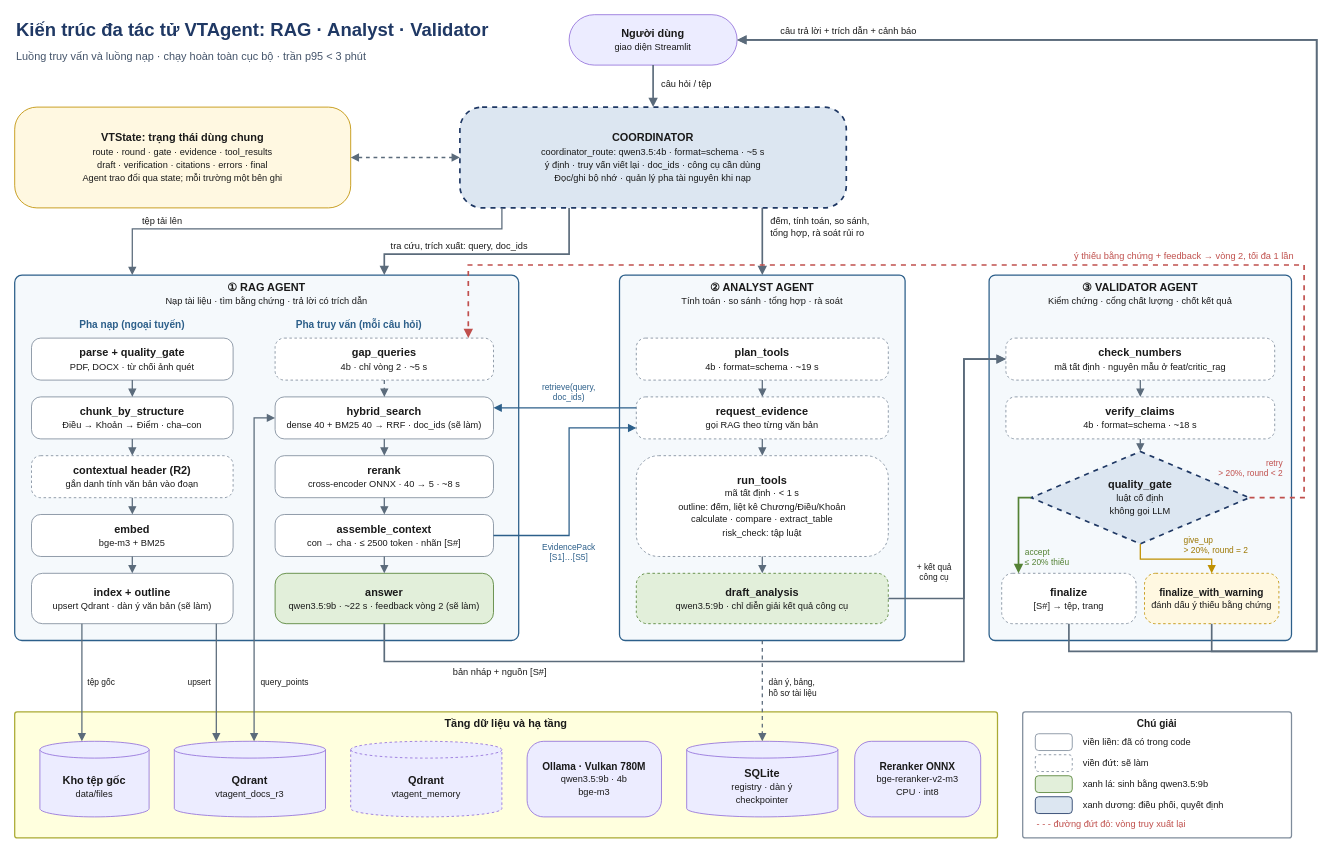
Before: doc/design/multi-agent-v2.drawio in longvu2806/VTAgent, a draw.io diagram. Source tidied: cells renumbered, new cells numbered last; positions are measured from the earlier drawing's top-left corner, leaving out a move shared by most shapes. Both pictures are drawn from the tidied source at 84%, with x=0, y=0 at pixel (14, 14).
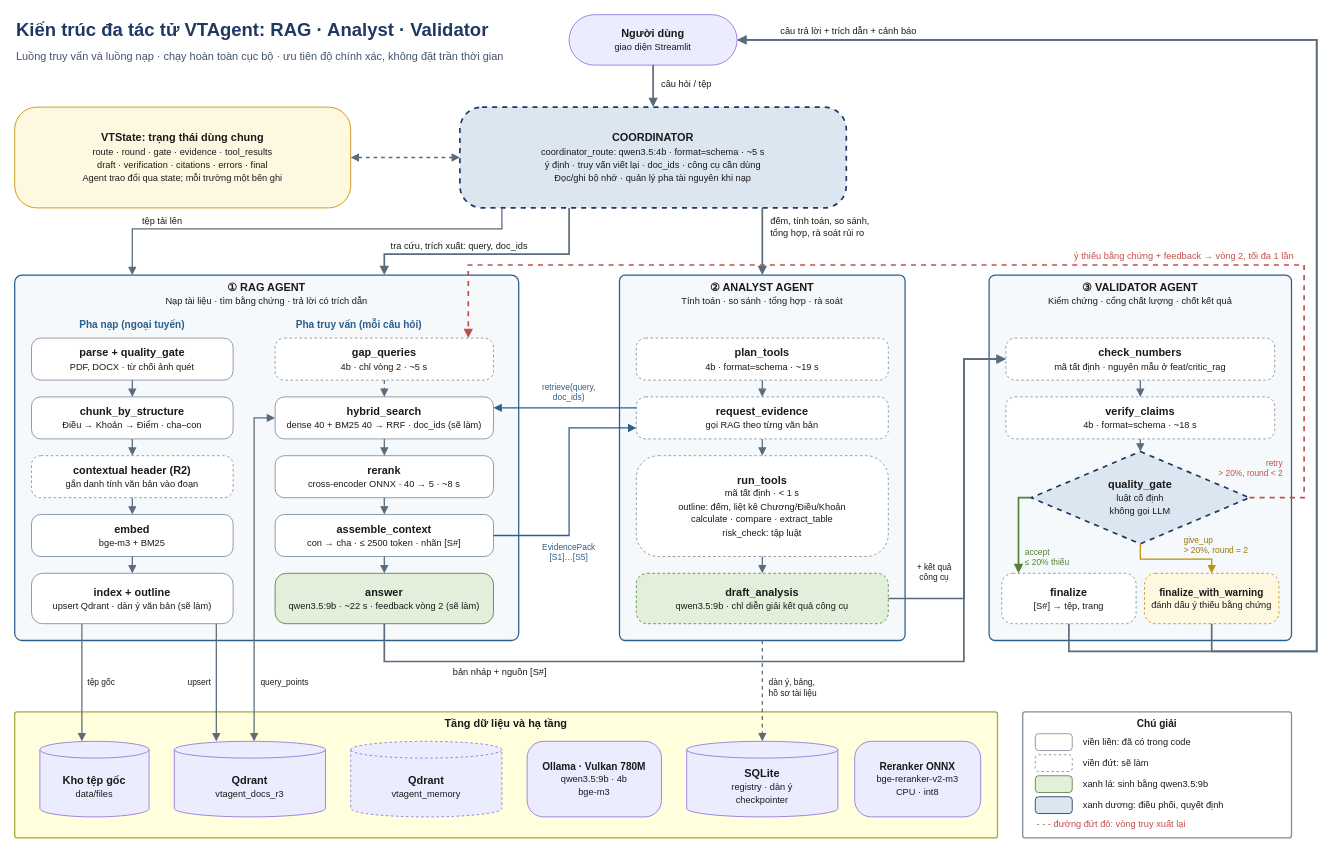
The same diagram, later.

What changed in the source:
```diff
@@
-    <mxCell id="71" value="Luồng truy vấn và luồng nạp · chạy hoàn toàn cục bộ · trần p95 &lt; 3 phút" style="text;html=1;whiteSpace=wrap;strokeColor=none;fillColor=none;align=left;verticalAlign=middle;fontColor=#44546A;fontSize=13;" parent="1" vertex="1">
+    <mxCell id="71" value="Luồng truy vấn và luồng nạp · chạy hoàn toàn cục bộ · ưu tiên độ chính xác, không đặt trần thời gian" style="text;html=1;whiteSpace=wrap;strokeColor=none;fillColor=none;align=left;verticalAlign=middle;fontColor=#44546A;fontSize=13;" parent="1" vertex="1">
       <mxGeometry y="38" width="620" height="22" as="geometry" />
     </mxCell>
```
